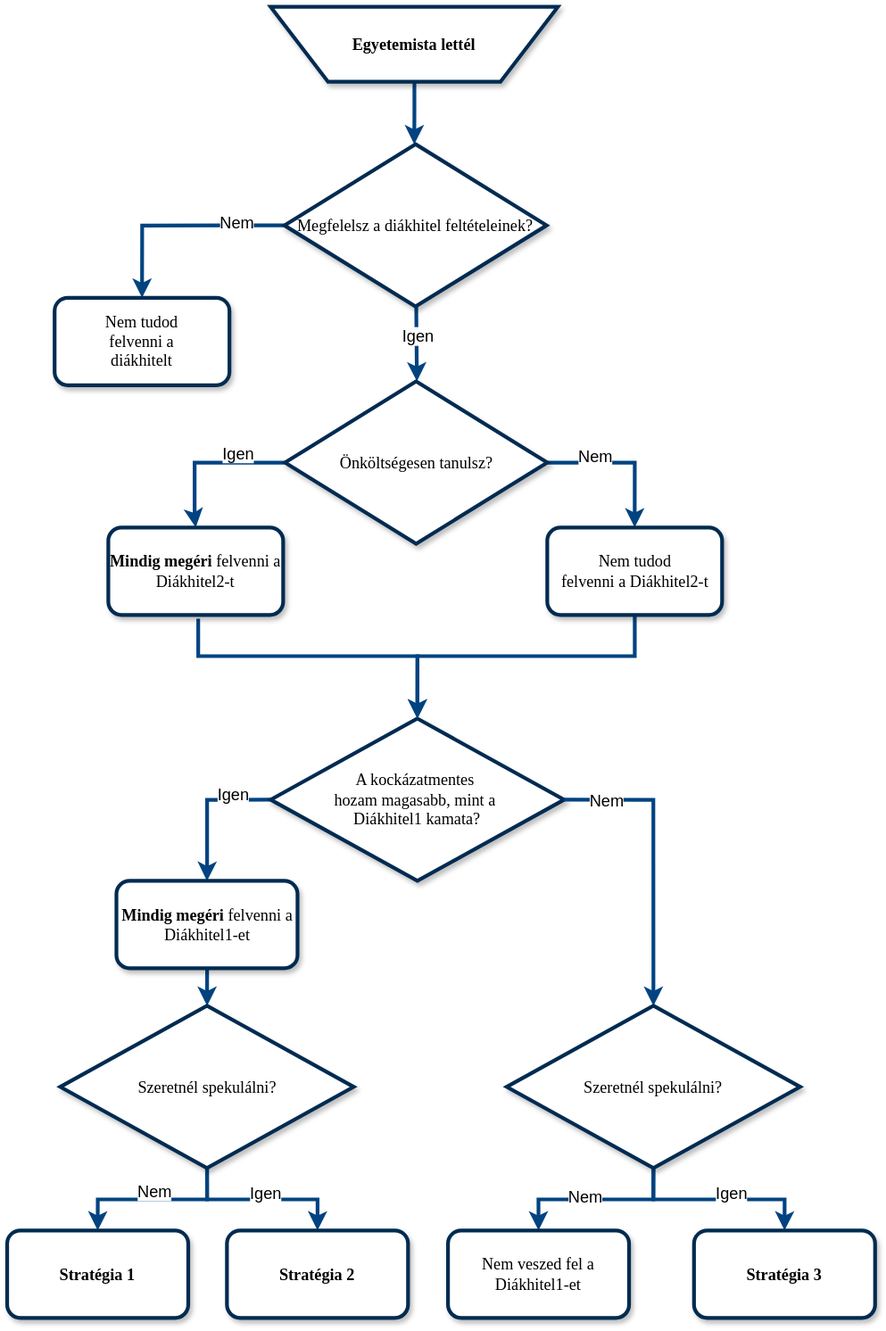
This is static/flowchart.svg from hakatiki/ETI-blog, a draw.io export, as it was before one commit. Source tidied: cells renumbered, new cells last; positions are measured from the earlier drawing's top-left corner, leaving out a move shared by most shapes.
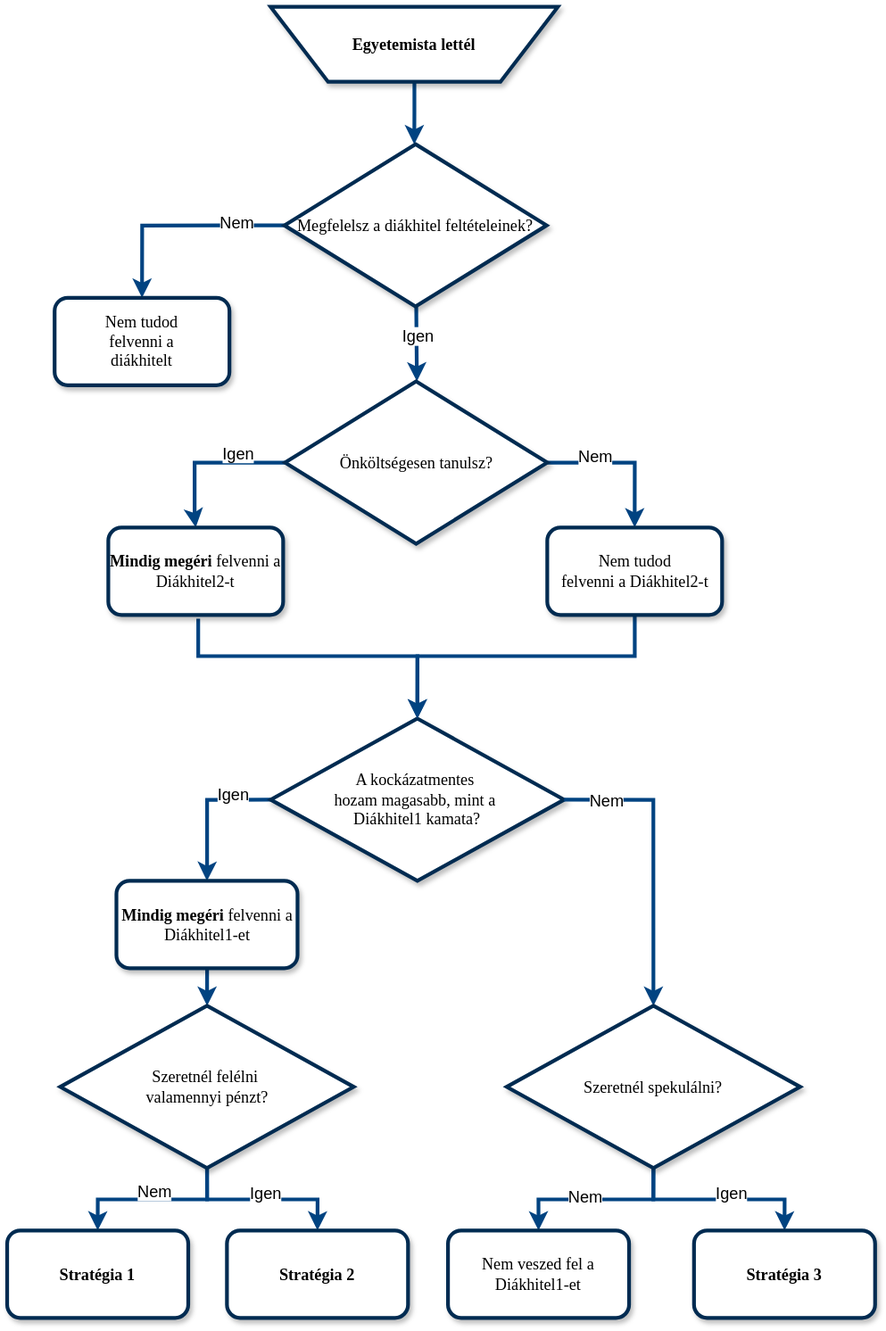
Later version of the same file.

Change to the diagram source:
```diff
@@ -142,7 +142,7 @@
     <mxCell id="31" value="&lt;span style=&quot;color: rgba(0, 0, 0, 0); font-family: monospace; font-size: 0px; text-align: start; background-color: rgb(251, 251, 251);&quot;&gt;%3CmxGraphModel%3E%3Croot%3E%3CmxCell%20id%3D%220%22%2F%3E%3CmxCell%20id%3D%221%22%20parent%3D%220%22%2F%3E%3CmxCell%20id%3D%222%22%20value%3D%22Igen%22%20style%3D%22edgeLabel%3Balign%3Dcenter%3BverticalAlign%3Dmiddle%3Bresizable%3D0%3Bpoints%3D%5B%5D%3BfontSize%3D13%3Bhtml%3D1%3B%22%20vertex%3D%221%22%20connectable%3D%220%22%20parent%3D%221%22%3E%3CmxGeometry%20x%3D%22402.0000000000002%22%20y%3D%22615.6470588235297%22%20as%3D%22geometry%22%2F%3E%3C%2FmxCell%3E%3C%2Froot%3E%3C%2FmxGraphModel%3E&lt;/span&gt;" style="edgeLabel;html=1;align=center;verticalAlign=middle;" parent="30" vertex="1">
       <mxGeometry x="-0.02" relative="1" as="geometry" />
     </mxCell>
-    <mxCell id="32" value="Szeretnél spekulálni?" style="rhombus;rounded=0;shadow=1;labelBackgroundColor=none;strokeWidth=3;fontFamily=Verdana;fontSize=13;align=center;strokeColor=#002b51;whiteSpace=wrap;html=1;" parent="1" vertex="1">
+    <mxCell id="32" value="Szeretnél felélni&amp;nbsp;&lt;div&gt;valamennyi&amp;nbsp;&lt;span style=&quot;background-color: initial;&quot;&gt;pénzt?&lt;/span&gt;&lt;/div&gt;" style="rhombus;rounded=0;shadow=1;labelBackgroundColor=none;strokeWidth=3;fontFamily=Verdana;fontSize=13;align=center;strokeColor=#002b51;whiteSpace=wrap;html=1;" parent="1" vertex="1">
       <mxGeometry x="42.5" y="800" width="235" height="130" as="geometry" />
     </mxCell>
     <mxCell id="33" value="&lt;b&gt;Stratégia 1&lt;/b&gt;" style="rounded=1;shadow=1;labelBackgroundColor=none;strokeWidth=3;fontFamily=Verdana;fontSize=13;align=center;strokeColor=#002b51;whiteSpace=wrap;html=1;" parent="1" vertex="1">
```
